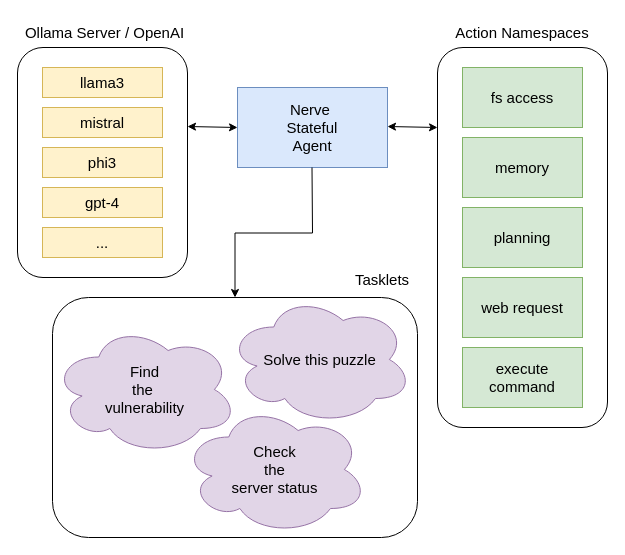
Earlier version of the draw.io diagram concept.drawio (evilsocket/nerve). Source tidied: cells renumbered, new cells numbered last; positions are measured from the earlier drawing's top-left corner, leaving out a move shared by most shapes. Both pictures are drawn from the tidied source at 100%, with x=0, y=0 at pixel (17, 17).
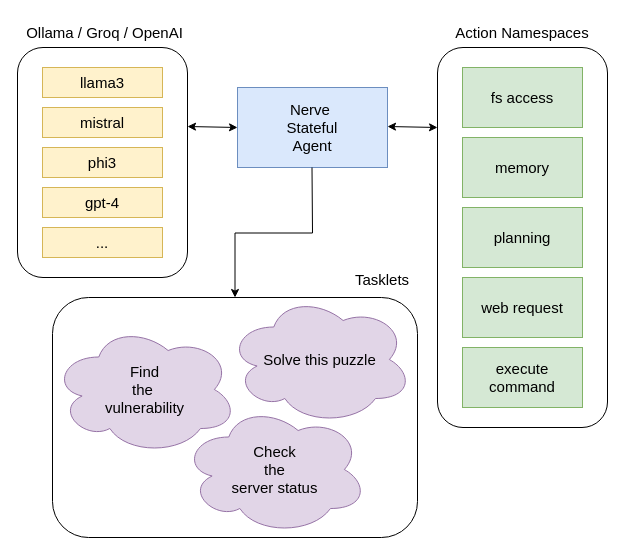
After the change.

Commit message (it also covers changes not shown here):
new: groq integration

Change to the diagram source:
```diff
@@
-    <mxCell id="12" value="Ollama Server / OpenAI" style="text;html=1;align=center;verticalAlign=middle;whiteSpace=wrap;rounded=0;fontSize=15;fontStyle=0;" parent="1" vertex="1">
+    <mxCell id="12" value="Ollama / Groq / OpenAI" style="text;html=1;align=center;verticalAlign=middle;whiteSpace=wrap;rounded=0;fontSize=15;fontStyle=0;" parent="1" vertex="1">
       <mxGeometry x="5" width="165" height="30" as="geometry" />
     </mxCell>
```
